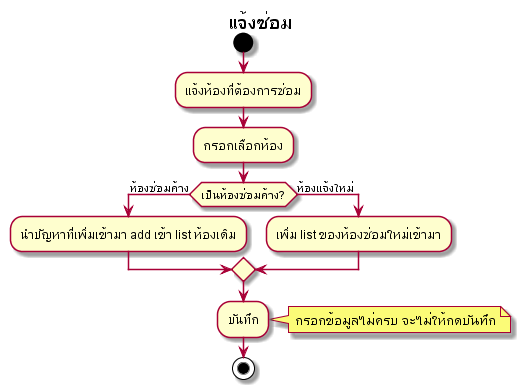
Above: out/activity-diagram/room/outofder/แจ้งซ่อม.png in cheat13/Prompiman_Diagram (PlantUML), before the change.
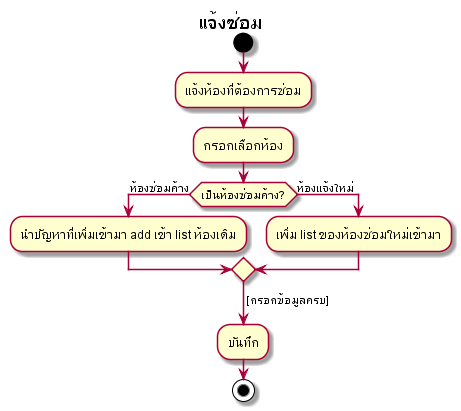
The same file after the commit.

Change to the diagram source:
```diff
@@ -9,10 +9,8 @@
 else(ห้องแจ้งใหม่)
 :เพิ่ม list ของห้องซ่อมใหม่เข้ามา;
 endif
+-> [กรอกข้อมูลครบ];
 :บันทึก;
-note right
-กรอกข้อมูลไม่ครบ จะไม่ให้กดบันทึก
-end note
 stop
 
 @enduml
```
